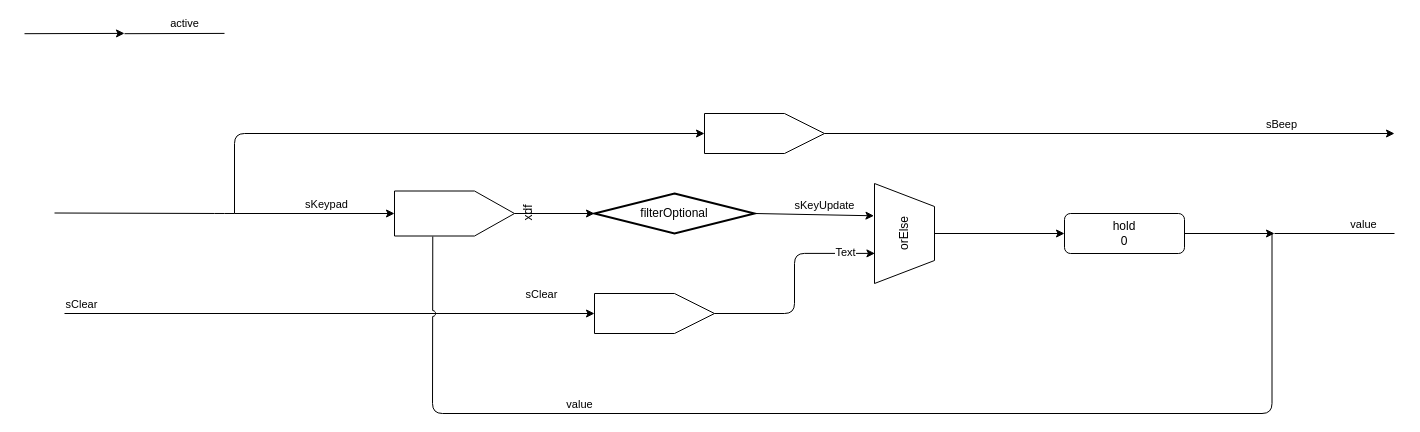
The draw.io diagram Keypad.drawio in suzuki-taro-29/FRP-chap4-diagrams, before the edit. Source tidied: cells renumbered, new cells numbered last; positions are measured from the earlier drawing's top-left corner, leaving out a move shared by most shapes. Both pictures are drawn from the tidied source at 100%, with x=0, y=0 at pixel (24, 33).
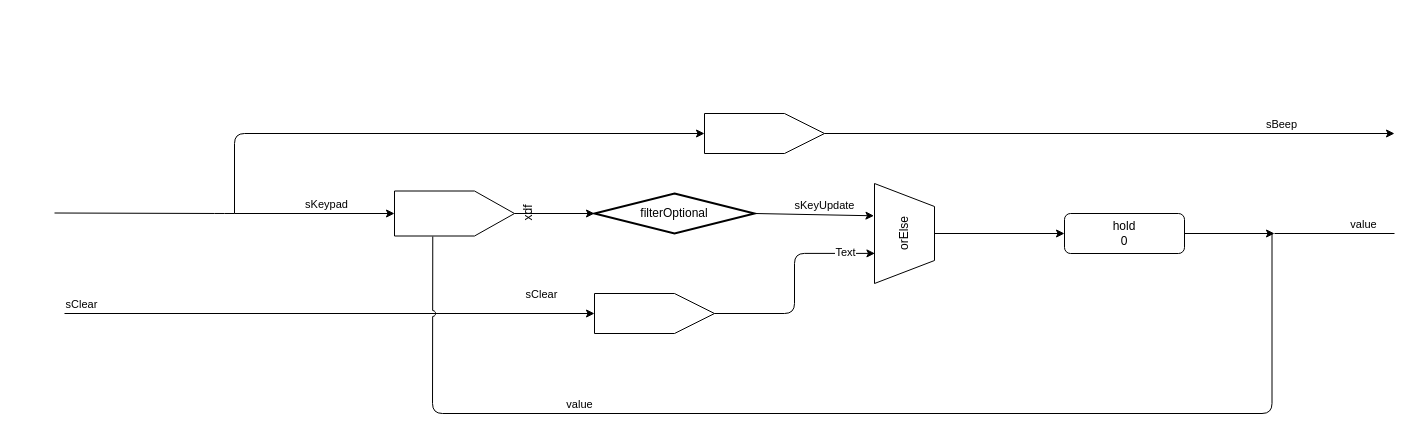
The same page after the edit.

Change to the diagram source:
```diff
@@
-    <mxCell id="6" style="endArrow=none;html=1;endFill=0;" parent="1" edge="1">
-      <mxGeometry relative="1" as="geometry">
-        <mxPoint x="100" y="0.2" as="sourcePoint" />
-        <mxPoint x="200" y="-0.1" as="targetPoint" />
-      </mxGeometry>
-    </mxCell>
-    <mxCell id="7" value="active" style="edgeLabel;html=1;align=center;verticalAlign=middle;" parent="6" vertex="1">
-      <mxGeometry x="0.6" relative="1" as="geometry">
-        <mxPoint x="-20" y="-10" as="offset" />
-      </mxGeometry>
-    </mxCell>
-    <mxCell id="8" style="endArrow=classic;html=1;" parent="1" edge="1">
-      <mxGeometry relative="1" as="geometry">
-        <mxPoint y="0.2" as="sourcePoint" />
-        <mxPoint x="100" y="-0.1" as="targetPoint" />
-      </mxGeometry>
-    </mxCell>
```
